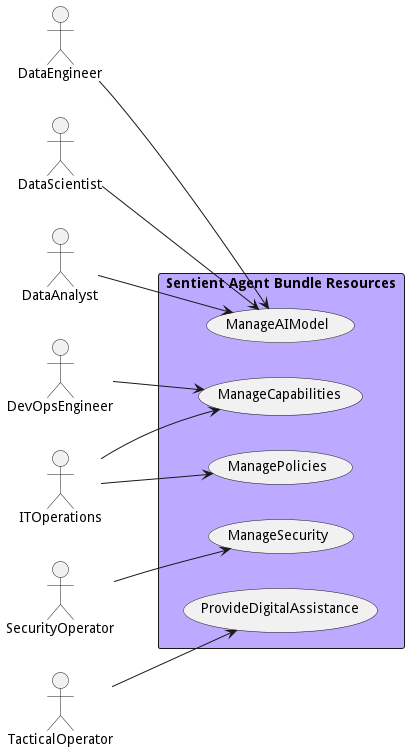
This is docs/sabr/usecases.png from madajaju/sabr, a PlantUML export, as it was before one commit. Source of this version:
```plantuml
@startuml

left to right direction
Actor "DataEngineer" as DataEngineer
Actor "DataScientist" as DataScientist
Actor "DataAnalyst" as DataAnalyst
Actor "DevOpsEngineer" as DevOpsEngineer
Actor "ITOperations" as ITOperations
Actor "ITOperations" as ITOperations
Actor "SecurityOperator" as SecurityOperator
Actor "TacticalOperator" as TacticalOperator


rectangle "Sentient Agent Bundle Resources" #bbaaff {
usecase "ManageAIModel" as ManageAIModel
    DataEngineer --> ManageAIModel
    DataScientist --> ManageAIModel
    DataAnalyst --> ManageAIModel
    usecase "ManageCapabilities" as ManageCapabilities
    DevOpsEngineer --> ManageCapabilities
    ITOperations --> ManageCapabilities
    usecase "ManagePolicies" as ManagePolicies
    ITOperations --> ManagePolicies
    usecase "ManageSecurity" as ManageSecurity
    SecurityOperator --> ManageSecurity
    usecase "ProvideDigitalAssistance" as ProvideDigitalAssistance
    TacticalOperator --> ProvideDigitalAssistance
    }


@enduml
```
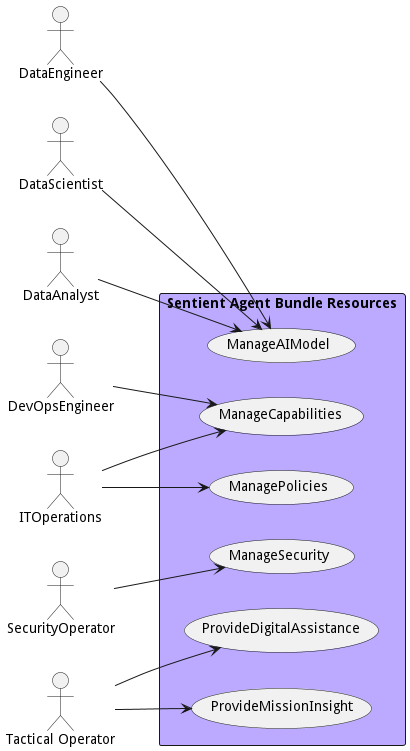
After the change.

Change to the diagram source:
```diff
@@ -9,6 +9,7 @@
 Actor "ITOperations" as ITOperations
 Actor "SecurityOperator" as SecurityOperator
 Actor "TacticalOperator" as TacticalOperator
+Actor "Tactical Operator" as TacticalOperator
 
 
 rectangle "Sentient Agent Bundle Resources" #bbaaff {
@@ -25,6 +26,8 @@
     SecurityOperator --> ManageSecurity
     usecase "ProvideDigitalAssistance" as ProvideDigitalAssistance
     TacticalOperator --> ProvideDigitalAssistance
+    usecase "ProvideMissionInsight" as ProvideMissionInsight
+    TacticalOperator --> ProvideMissionInsight
     }
 
 
```
